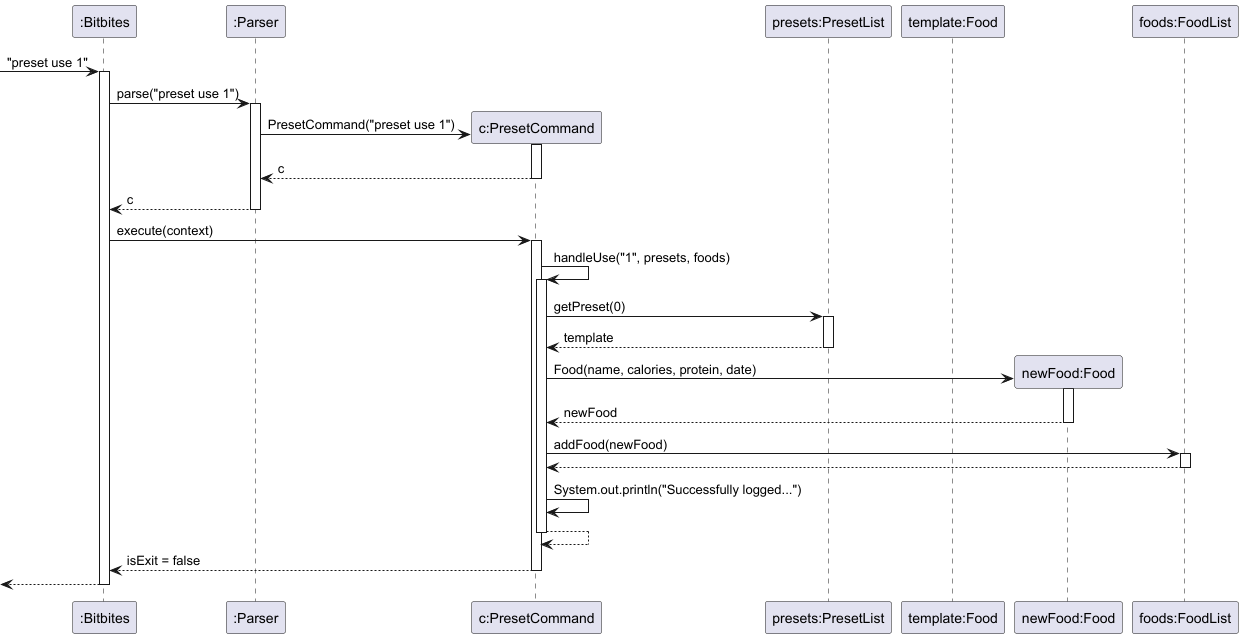
Above: docs/uml/presetUse.png in bryanyeo3125/tp (PlantUML), before the change. The source it was exported from:
```plantuml
@startuml
skinparam ArrowFontStyle normal

participant ":Bitbites" as Bitbites
participant ":Parser" as Parser
participant "c:PresetCommand" as PresetCommand

participant "presets:PresetList" as PresetList
participant "template:Food" as TemplateFood
participant "newFood:Food" as NewFood
participant "foods:FoodList" as FoodList

-> Bitbites : "preset use 1"
activate Bitbites

Bitbites -> Parser : parse("preset use 1")
activate Parser

create PresetCommand
Parser -> PresetCommand : PresetCommand("preset use 1")
activate PresetCommand
PresetCommand --> Parser : c
deactivate PresetCommand

Parser --> Bitbites : c
deactivate Parser

Bitbites -> PresetCommand : execute(context)
activate PresetCommand

PresetCommand -> PresetCommand : handleUse("1", presets, foods)
activate PresetCommand

PresetCommand -> PresetList : getPreset(0)
activate PresetList
PresetList --> PresetCommand : template
deactivate PresetList

create NewFood
PresetCommand -> NewFood : Food(name, calories, protein, date)
activate NewFood
NewFood --> PresetCommand : newFood
deactivate NewFood

PresetCommand -> FoodList : addFood(newFood)
activate FoodList
FoodList --> PresetCommand
deactivate FoodList

PresetCommand -> PresetCommand : System.out.println("Successfully logged...")

PresetCommand --> PresetCommand
deactivate PresetCommand

PresetCommand --> Bitbites : isExit = false
deactivate PresetCommand

<-- Bitbites
deactivate Bitbites
@enduml
```
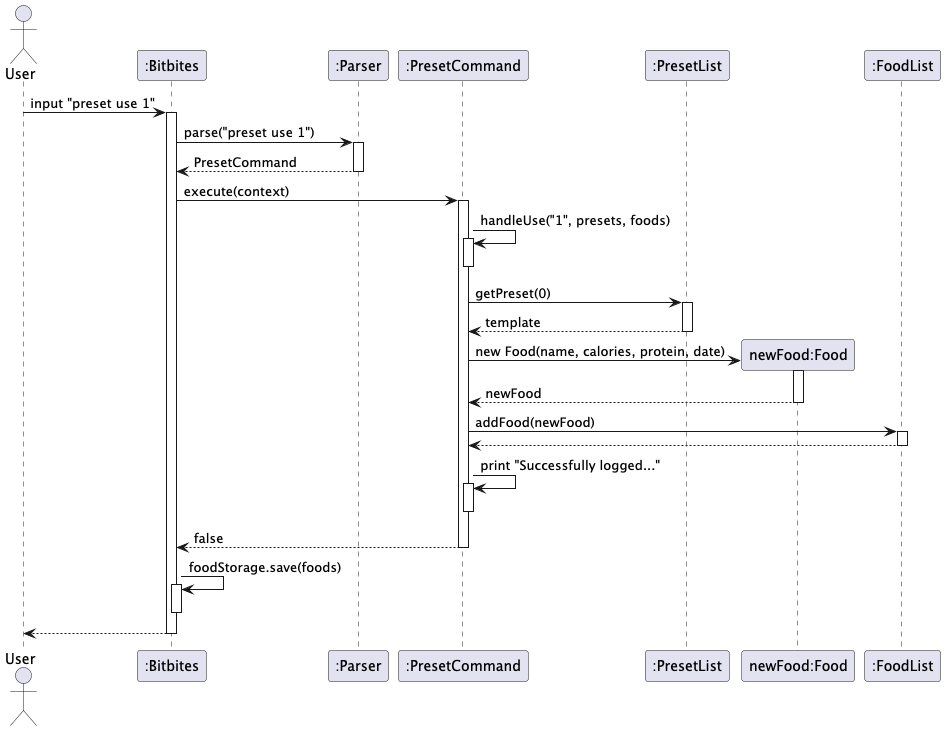
The same diagram one commit later.

Diff of the diagram source:
```diff
@@ -1,28 +1,18 @@
 @startuml
-skinparam ArrowFontStyle normal
-
+actor User
 participant ":Bitbites" as Bitbites
 participant ":Parser" as Parser
-participant "c:PresetCommand" as PresetCommand
+participant ":PresetCommand" as PresetCommand
+participant ":PresetList" as PresetList
+participant "newFood:Food" as Food
+participant ":FoodList" as FoodList
 
-participant "presets:PresetList" as PresetList
-participant "template:Food" as TemplateFood
-participant "newFood:Food" as NewFood
-participant "foods:FoodList" as FoodList
-
--> Bitbites : "preset use 1"
+User -> Bitbites : input "preset use 1"
 activate Bitbites
 
 Bitbites -> Parser : parse("preset use 1")
 activate Parser
-
-create PresetCommand
-Parser -> PresetCommand : PresetCommand("preset use 1")
-activate PresetCommand
-PresetCommand --> Parser : c
-deactivate PresetCommand
-
-Parser --> Bitbites : c
+Parser --> Bitbites : PresetCommand
 deactivate Parser
 
 Bitbites -> PresetCommand : execute(context)
@@ -30,31 +20,35 @@
 
 PresetCommand -> PresetCommand : handleUse("1", presets, foods)
 activate PresetCommand
+deactivate PresetCommand
 
 PresetCommand -> PresetList : getPreset(0)
 activate PresetList
 PresetList --> PresetCommand : template
 deactivate PresetList
 
-create NewFood
-PresetCommand -> NewFood : Food(name, calories, protein, date)
-activate NewFood
-NewFood --> PresetCommand : newFood
-deactivate NewFood
+create Food
+PresetCommand -> Food : new Food(name, calories, protein, date)
+activate Food
+Food --> PresetCommand : newFood
+deactivate Food
 
 PresetCommand -> FoodList : addFood(newFood)
 activate FoodList
 FoodList --> PresetCommand
 deactivate FoodList
 
-PresetCommand -> PresetCommand : System.out.println("Successfully logged...")
-
-PresetCommand --> PresetCommand
+PresetCommand -> PresetCommand : print "Successfully logged..."
+activate PresetCommand
 deactivate PresetCommand
 
-PresetCommand --> Bitbites : isExit = false
+PresetCommand --> Bitbites : false
 deactivate PresetCommand
 
-<-- Bitbites
+Bitbites -> Bitbites : foodStorage.save(foods)
+activate Bitbites
+deactivate Bitbites
+
+Bitbites --> User
 deactivate Bitbites
 @enduml
```
